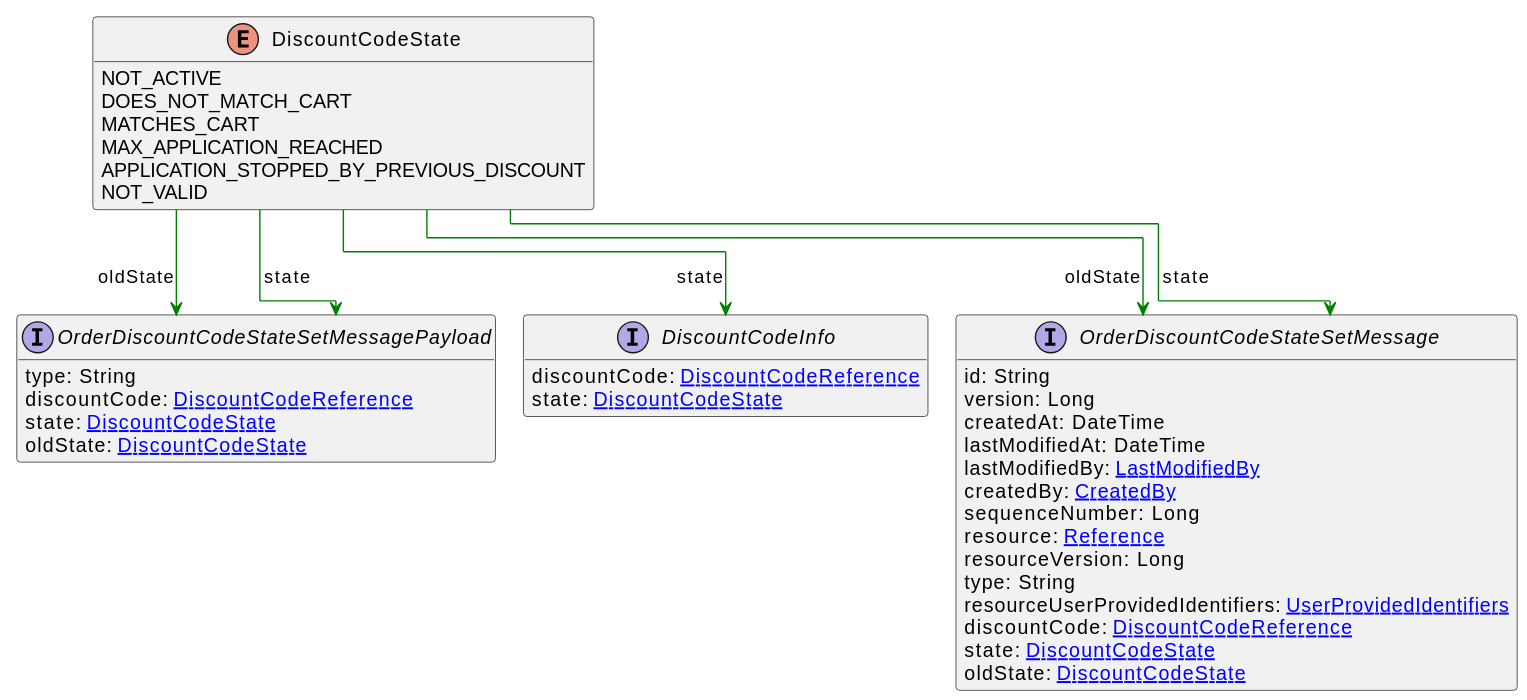
Earlier version of the PlantUML export uml/api/svg/DiscountCodeState.svg (commercetools/commercetools-api-reference).
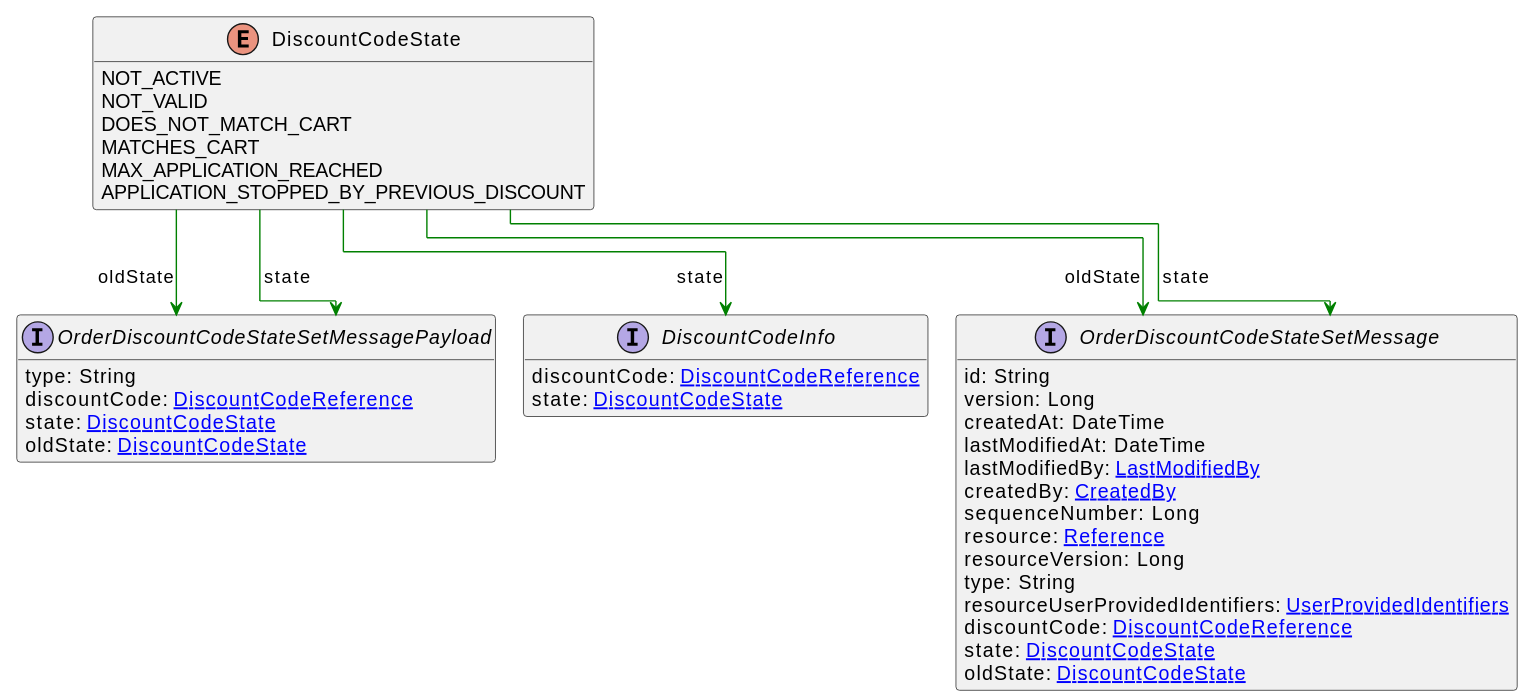
After the change.

What changed in the source:
```diff
@@ -3,11 +3,11 @@
 hide methods
 enum DiscountCodeState {
     NOT_ACTIVE
+    NOT_VALID
     DOES_NOT_MATCH_CART
     MATCHES_CART
     MAX_APPLICATION_REACHED
     APPLICATION_STOPPED_BY_PREVIOUS_DISCOUNT
-    NOT_VALID
 }
 interface DiscountCodeInfo [[DiscountCodeInfo.svg]]  {
     discountCode: [[DiscountCodeReference.svg DiscountCodeReference]]
```
